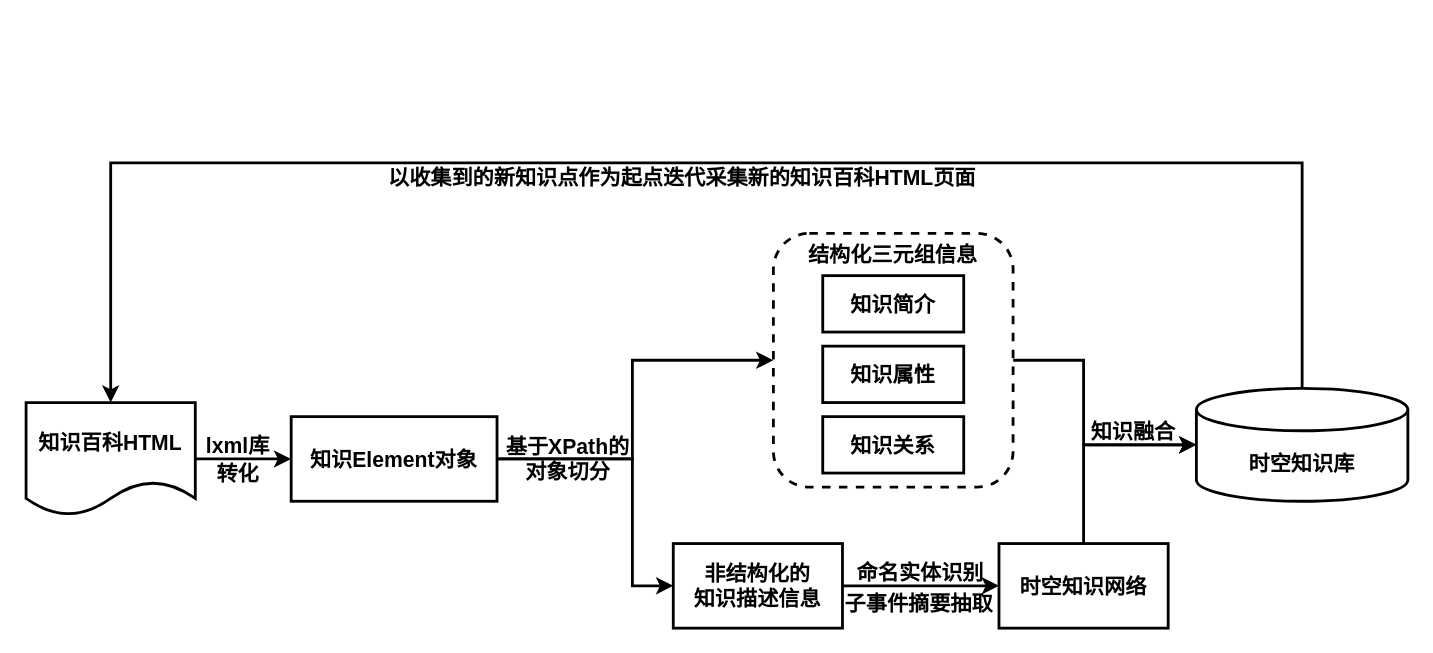
Before: web_graph_build.drawio in junchaoIU/Diagrams_library, a draw.io diagram. Source tidied: cells renumbered, new cells numbered last; positions are measured from the earlier drawing's top-left corner, leaving out a move shared by most shapes. Both pictures are drawn from the tidied source at 141%, with x=0, y=0 at pixel (25, 162).
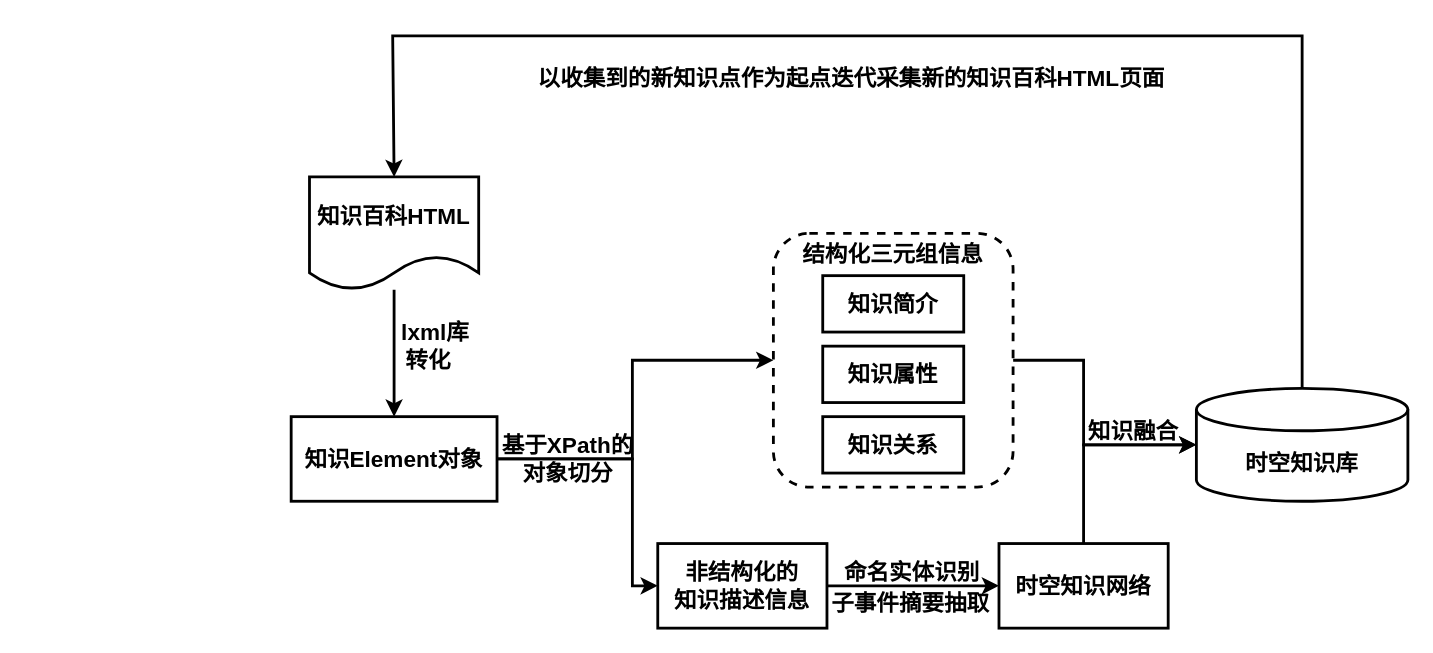
The same diagram, later.

Diff of the diagram source:
```diff
@@
-    <mxCell id="2" style="edgeStyle=orthogonalEdgeStyle;rounded=0;jettySize=auto;html=1;exitX=1;exitY=0.5;exitDx=0;exitDy=0;entryX=0;entryY=0.5;entryDx=0;entryDy=0;entryPerimeter=0;fontSize=15;strokeWidth=2;" parent="1" edge="1" source="3" target="18">
+    <mxCell id="2" style="edgeStyle=orthogonalEdgeStyle;rounded=0;jettySize=auto;html=1;exitX=1;exitY=0.5;exitDx=0;exitDy=0;entryX=0;entryY=0.5;entryDx=0;entryDy=0;entryPerimeter=0;fontSize=16;strokeWidth=2;" parent="1" edge="1" source="3" target="18">
       <mxGeometry relative="1" as="geometry">
         <Array as="points">
           <mxPoint x="750" y="140" />
           <mxPoint x="750" y="200" />
         </Array>
       </mxGeometry>
     </mxCell>
-    <mxCell id="3" style="rounded=1;whiteSpace=wrap;html=1;fontSize=15;strokeWidth=2;dashed=1;fontStyle=1;" parent="1" vertex="1">
+    <mxCell id="3" style="rounded=1;whiteSpace=wrap;html=1;fontSize=16;strokeWidth=2;dashed=1;fontStyle=1;" parent="1" vertex="1">
       <mxGeometry x="530" y="50" width="170" height="180" as="geometry" />
     </mxCell>
-    <mxCell id="4" style="edgeStyle=orthogonalEdgeStyle;rounded=0;jettySize=auto;html=1;exitX=1;exitY=0.5;exitDx=0;exitDy=0;entryX=0;entryY=0.5;entryDx=0;entryDy=0;fontSize=15;strokeWidth=2;fontStyle=1;" parent="1" edge="1" source="5" target="8">
+    <mxCell id="4" style="edgeStyle=orthogonalEdgeStyle;rounded=0;jettySize=auto;html=1;strokeWidth=2;fontSize=16;" parent="1" edge="1" source="5" target="8">
       <mxGeometry relative="1" as="geometry" />
     </mxCell>
-    <mxCell id="5" value="&lt;span&gt;&lt;font style=&quot;font-size: 15px&quot;&gt;知识百科HTML&lt;/font&gt;&lt;/span&gt;" style="shape=document;whiteSpace=wrap;html=1;boundedLbl=1;strokeWidth=2;fontStyle=1;" parent="1" vertex="1">
-      <mxGeometry y="170" width="120" height="80" as="geometry" />
+    <mxCell id="5" value="&lt;span style=&quot;font-size: 16px;&quot;&gt;&lt;font style=&quot;font-size: 16px;&quot;&gt;知识百科HTML&lt;/font&gt;&lt;/span&gt;" style="shape=document;whiteSpace=wrap;html=1;boundedLbl=1;strokeWidth=2;fontStyle=1;fontSize=16;" parent="1" vertex="1">
+      <mxGeometry x="201" y="10" width="120" height="80" as="geometry" />
     </mxCell>
-    <mxCell id="6" style="edgeStyle=orthogonalEdgeStyle;rounded=0;jettySize=auto;html=1;exitX=1;exitY=0.5;exitDx=0;exitDy=0;entryX=0;entryY=0.5;entryDx=0;entryDy=0;fontSize=15;strokeWidth=2;fontStyle=1;" parent="1" edge="1" source="8" target="3">
+    <mxCell id="6" style="edgeStyle=orthogonalEdgeStyle;rounded=0;jettySize=auto;html=1;exitX=1;exitY=0.5;exitDx=0;exitDy=0;entryX=0;entryY=0.5;entryDx=0;entryDy=0;fontSize=16;strokeWidth=2;fontStyle=1;" parent="1" edge="1" source="8" target="3">
       <mxGeometry relative="1" as="geometry">
         <Array as="points">
           <mxPoint x="430" y="210" />
           <mxPoint x="430" y="140" />
         </Array>
       </mxGeometry>
     </mxCell>
-    <mxCell id="7" style="edgeStyle=orthogonalEdgeStyle;rounded=0;jettySize=auto;html=1;exitX=1;exitY=0.5;exitDx=0;exitDy=0;entryX=0;entryY=0.5;entryDx=0;entryDy=0;fontSize=15;strokeWidth=2;fontStyle=1;" parent="1" edge="1" target="13">
+    <mxCell id="7" style="edgeStyle=orthogonalEdgeStyle;rounded=0;jettySize=auto;html=1;exitX=1;exitY=0.5;exitDx=0;exitDy=0;entryX=0;entryY=0.5;entryDx=0;entryDy=0;fontSize=16;strokeWidth=2;fontStyle=1;" parent="1" edge="1" target="13">
       <mxGeometry relative="1" as="geometry">
         <mxPoint x="331" y="210" as="sourcePoint" />
         <Array as="points">
           <mxPoint x="430" y="210" />
           <mxPoint x="430" y="300" />
         </Array>
       </mxGeometry>
     </mxCell>
-    <mxCell id="8" value="&lt;span&gt;知识Element对象&lt;/span&gt;" style="rounded=0;whiteSpace=wrap;html=1;fontSize=15;strokeWidth=2;fontStyle=1;" parent="1" vertex="1">
+    <mxCell id="8" value="&lt;span style=&quot;font-size: 16px;&quot;&gt;知识Element对象&lt;/span&gt;" style="rounded=0;whiteSpace=wrap;html=1;fontSize=16;strokeWidth=2;fontStyle=1;" parent="1" vertex="1">
       <mxGeometry x="188" y="180" width="146" height="60" as="geometry" />
     </mxCell>
-    <mxCell id="9" value="&lt;span&gt;知识简介&lt;/span&gt;" style="rounded=0;whiteSpace=wrap;html=1;fontSize=15;strokeWidth=2;fontStyle=1;" parent="1" vertex="1">
+    <mxCell id="9" value="&lt;span style=&quot;font-size: 16px;&quot;&gt;知识简介&lt;/span&gt;" style="rounded=0;whiteSpace=wrap;html=1;fontSize=16;strokeWidth=2;fontStyle=1;" parent="1" vertex="1">
       <mxGeometry x="565" y="80" width="100" height="40" as="geometry" />
     </mxCell>
-    <mxCell id="10" value="&lt;span&gt;知识属性&lt;/span&gt;" style="rounded=0;whiteSpace=wrap;html=1;fontSize=15;strokeWidth=2;fontStyle=1;" parent="1" vertex="1">
+    <mxCell id="10" value="&lt;span style=&quot;font-size: 16px;&quot;&gt;知识属性&lt;/span&gt;" style="rounded=0;whiteSpace=wrap;html=1;fontSize=16;strokeWidth=2;fontStyle=1;" parent="1" vertex="1">
       <mxGeometry x="565" y="130" width="100" height="40" as="geometry" />
     </mxCell>
-    <mxCell id="11" value="&lt;span&gt;知识关系&lt;/span&gt;" style="rounded=0;whiteSpace=wrap;html=1;fontSize=15;strokeWidth=2;fontStyle=1;" parent="1" vertex="1">
+    <mxCell id="11" value="&lt;span style=&quot;font-size: 16px;&quot;&gt;知识关系&lt;/span&gt;" style="rounded=0;whiteSpace=wrap;html=1;fontSize=16;strokeWidth=2;fontStyle=1;" parent="1" vertex="1">
       <mxGeometry x="565" y="180" width="100" height="40" as="geometry" />
     </mxCell>
-    <mxCell id="12" style="edgeStyle=orthogonalEdgeStyle;rounded=0;jettySize=auto;html=1;exitX=1;exitY=0.5;exitDx=0;exitDy=0;entryX=0;entryY=0.5;entryDx=0;entryDy=0;fontSize=15;strokeWidth=2;fontStyle=1;" parent="1" edge="1" source="13" target="15">
+    <mxCell id="12" style="edgeStyle=orthogonalEdgeStyle;rounded=0;jettySize=auto;html=1;exitX=1;exitY=0.5;exitDx=0;exitDy=0;entryX=0;entryY=0.5;entryDx=0;entryDy=0;fontSize=16;strokeWidth=2;fontStyle=1;" parent="1" edge="1" source="13" target="15">
       <mxGeometry relative="1" as="geometry" />
     </mxCell>
-    <mxCell id="13" value="&lt;span&gt;非结构化的&lt;br&gt;知识描述信息&lt;/span&gt;" style="rounded=0;whiteSpace=wrap;html=1;fontSize=15;strokeWidth=2;fontStyle=1;" parent="1" vertex="1">
-      <mxGeometry x="459" y="270" width="120" height="60" as="geometry" />
+    <mxCell id="13" value="&lt;span style=&quot;font-size: 16px;&quot;&gt;非结构化的&lt;br style=&quot;font-size: 16px;&quot;&gt;知识描述信息&lt;/span&gt;" style="rounded=0;whiteSpace=wrap;html=1;fontSize=16;strokeWidth=2;fontStyle=1;" parent="1" vertex="1">
+      <mxGeometry x="448" y="270" width="120" height="60" as="geometry" />
     </mxCell>
-    <mxCell id="14" style="edgeStyle=orthogonalEdgeStyle;rounded=0;jettySize=auto;html=1;exitX=0.5;exitY=0;exitDx=0;exitDy=0;entryX=0;entryY=0.5;entryDx=0;entryDy=0;entryPerimeter=0;fontSize=15;strokeWidth=2;" parent="1" edge="1" source="15" target="18">
+    <mxCell id="14" style="edgeStyle=orthogonalEdgeStyle;rounded=0;jettySize=auto;html=1;exitX=0.5;exitY=0;exitDx=0;exitDy=0;entryX=0;entryY=0.5;entryDx=0;entryDy=0;entryPerimeter=0;fontSize=16;strokeWidth=2;" parent="1" edge="1" source="15" target="18">
       <mxGeometry relative="1" as="geometry" />
     </mxCell>
-    <mxCell id="15" value="&lt;span&gt;&lt;span&gt;时空知识网络&lt;/span&gt;&lt;/span&gt;" style="rounded=0;whiteSpace=wrap;html=1;fontSize=15;strokeWidth=2;fontStyle=1;" parent="1" vertex="1">
+    <mxCell id="15" value="&lt;span style=&quot;font-size: 16px;&quot;&gt;&lt;span style=&quot;font-size: 16px;&quot;&gt;时空知识网络&lt;/span&gt;&lt;/span&gt;" style="rounded=0;whiteSpace=wrap;html=1;fontSize=16;strokeWidth=2;fontStyle=1;" parent="1" vertex="1">
       <mxGeometry x="690" y="270" width="120" height="60" as="geometry" />
     </mxCell>
-    <mxCell id="16" value="&lt;span&gt;结构化三元组信息&lt;/span&gt;" style="text;html=1;strokeColor=none;fillColor=none;align=center;verticalAlign=middle;whiteSpace=wrap;rounded=0;fontSize=15;fontStyle=1;" parent="1" vertex="1">
+    <mxCell id="16" value="&lt;span style=&quot;font-size: 16px;&quot;&gt;结构化三元组信息&lt;/span&gt;" style="text;html=1;strokeColor=none;fillColor=none;align=center;verticalAlign=middle;whiteSpace=wrap;rounded=0;fontSize=16;fontStyle=1;" parent="1" vertex="1">
       <mxGeometry x="540" y="50" width="150" height="30" as="geometry" />
     </mxCell>
-    <mxCell id="17" style="edgeStyle=orthogonalEdgeStyle;rounded=0;jettySize=auto;html=1;exitX=0.5;exitY=0;exitDx=0;exitDy=0;exitPerimeter=0;entryX=0.5;entryY=0;entryDx=0;entryDy=0;fontSize=15;strokeWidth=2;fontStyle=1;" parent="1" edge="1" source="18" target="5">
+    <mxCell id="17" style="edgeStyle=orthogonalEdgeStyle;rounded=0;jettySize=auto;html=1;exitX=0.5;exitY=0;exitDx=0;exitDy=0;exitPerimeter=0;entryX=0.5;entryY=0;entryDx=0;entryDy=0;fontSize=16;strokeWidth=2;fontStyle=1;" parent="1" edge="1" source="18" target="5">
       <mxGeometry relative="1" as="geometry">
         <Array as="points">
-          <mxPoint x="905" />
-          <mxPoint x="60" />
+          <mxPoint x="905" y="-90" />
+          <mxPoint x="260" y="-90" />
         </Array>
       </mxGeometry>
     </mxCell>
-    <mxCell id="18" value="&lt;span&gt;时空知识库&lt;/span&gt;" style="shape=cylinder3;whiteSpace=wrap;html=1;boundedLbl=1;backgroundOutline=1;size=15;fontSize=15;strokeWidth=2;fontStyle=1;" parent="1" vertex="1">
+    <mxCell id="18" value="&lt;span style=&quot;font-size: 16px;&quot;&gt;&lt;font style=&quot;font-size: 16px&quot;&gt;时空知识库&lt;/font&gt;&lt;/span&gt;" style="shape=cylinder3;whiteSpace=wrap;html=1;boundedLbl=1;backgroundOutline=1;size=15;fontSize=16;strokeWidth=2;fontStyle=1;" parent="1" vertex="1">
       <mxGeometry x="830" y="160" width="150" height="80" as="geometry" />
     </mxCell>
-    <mxCell id="19" value="&lt;span&gt;lxml库&lt;/span&gt;" style="text;html=1;align=center;verticalAlign=middle;strokeColor=none;fillColor=none;fontSize=15;fontStyle=1;" parent="1" vertex="1">
-      <mxGeometry x="120" y="190" width="60" height="20" as="geometry" />
+    <mxCell id="19" value="&lt;span style=&quot;font-size: 16px;&quot;&gt;lxml库&lt;/span&gt;" style="text;html=1;align=center;verticalAlign=middle;strokeColor=none;fillColor=none;fontSize=16;fontStyle=1;" parent="1" vertex="1">
+      <mxGeometry x="260" y="110" width="60" height="20" as="geometry" />
     </mxCell>
-    <mxCell id="20" value="&lt;span&gt;转化&lt;/span&gt;" style="text;html=1;align=center;verticalAlign=middle;strokeColor=none;fillColor=none;fontSize=15;fontStyle=1;" parent="1" vertex="1">
-      <mxGeometry x="125" y="210" width="50" height="20" as="geometry" />
+    <mxCell id="20" value="&lt;span style=&quot;font-size: 16px;&quot;&gt;转化&lt;/span&gt;" style="text;html=1;align=center;verticalAlign=middle;strokeColor=none;fillColor=none;fontSize=16;fontStyle=1;" parent="1" vertex="1">
+      <mxGeometry x="260" y="130" width="50" height="20" as="geometry" />
     </mxCell>
-    <mxCell id="21" value="基于XPath的&lt;br&gt;对象切分" style="text;html=1;strokeColor=none;fillColor=none;align=center;verticalAlign=middle;whiteSpace=wrap;rounded=0;fontSize=15;fontStyle=1;" parent="1" vertex="1">
+    <mxCell id="21" value="基于XPath的&lt;br style=&quot;font-size: 16px;&quot;&gt;对象切分" style="text;html=1;strokeColor=none;fillColor=none;align=center;verticalAlign=middle;whiteSpace=wrap;rounded=0;fontSize=16;fontStyle=1;" parent="1" vertex="1">
       <mxGeometry x="310" y="195" width="149" height="30" as="geometry" />
     </mxCell>
-    <mxCell id="22" value="&lt;b&gt;命名实体识别&lt;/b&gt;" style="text;html=1;align=center;verticalAlign=middle;strokeColor=none;fillColor=none;fontSize=15;" parent="1" vertex="1">
-      <mxGeometry x="579" y="280" width="110" height="20" as="geometry" />
+    <mxCell id="22" value="&lt;b style=&quot;font-size: 16px;&quot;&gt;命名实体识别&lt;/b&gt;" style="text;html=1;align=center;verticalAlign=middle;strokeColor=none;fillColor=none;fontSize=16;" parent="1" vertex="1">
+      <mxGeometry x="573" y="280" width="110" height="20" as="geometry" />
     </mxCell>
-    <mxCell id="23" value="&lt;b&gt;子事件摘要抽取&lt;/b&gt;" style="text;html=1;align=center;verticalAlign=middle;strokeColor=none;fillColor=none;fontSize=15;" parent="1" vertex="1">
-      <mxGeometry x="573" y="302" width="120" height="20" as="geometry" />
+    <mxCell id="23" value="&lt;b style=&quot;font-size: 16px;&quot;&gt;子事件摘要抽取&lt;/b&gt;" style="text;html=1;align=center;verticalAlign=middle;strokeColor=none;fillColor=none;fontSize=16;" parent="1" vertex="1">
+      <mxGeometry x="562" y="302" width="130" height="20" as="geometry" />
     </mxCell>
-    <mxCell id="24" value="&lt;b&gt;知识融合&lt;/b&gt;" style="text;html=1;align=center;verticalAlign=middle;strokeColor=none;fillColor=none;fontSize=15;" parent="1" vertex="1">
+    <mxCell id="24" value="&lt;b style=&quot;font-size: 16px;&quot;&gt;知识融合&lt;/b&gt;" style="text;html=1;align=center;verticalAlign=middle;strokeColor=none;fillColor=none;fontSize=16;" parent="1" vertex="1">
       <mxGeometry x="745" y="180" width="80" height="20" as="geometry" />
     </mxCell>
-    <mxCell id="25" value="&lt;b&gt;以收集到的新知识点作为起点迭代采集新的知识百科HTML页面&lt;/b&gt;" style="text;html=1;align=center;verticalAlign=middle;strokeColor=none;fillColor=none;fontSize=15;" parent="1" vertex="1">
-      <mxGeometry x="250" width="430" height="20" as="geometry" />
+    <mxCell id="25" value="&lt;b style=&quot;font-size: 16px;&quot;&gt;以收集到的新知识点作为起点迭代采集新的知识百科HTML页面&lt;/b&gt;" style="text;html=1;align=center;verticalAlign=middle;strokeColor=none;fillColor=none;fontSize=16;" parent="1" vertex="1">
+      <mxGeometry x="355" y="-70" width="460" height="20" as="geometry" />
     </mxCell>
```
